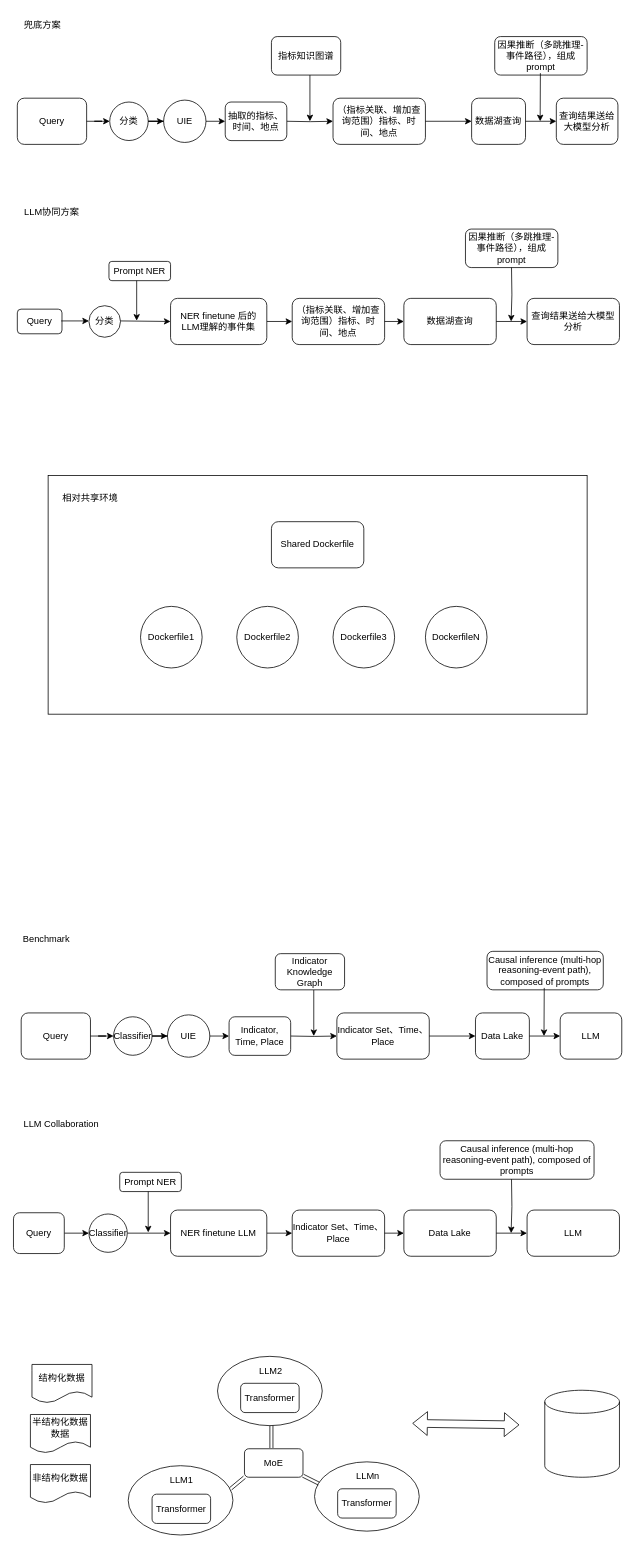
HanYang1385/Master-Thesis keeps this draw.io diagram as 未命名绘图.drawio. Above is the earlier version. Source tidied: cells renumbered, new cells numbered last; positions are measured from the earlier drawing's top-left corner, leaving out a move shared by most shapes. Both pictures are drawn from the tidied source at 77%, with x=0, y=0 at pixel (13, 13).
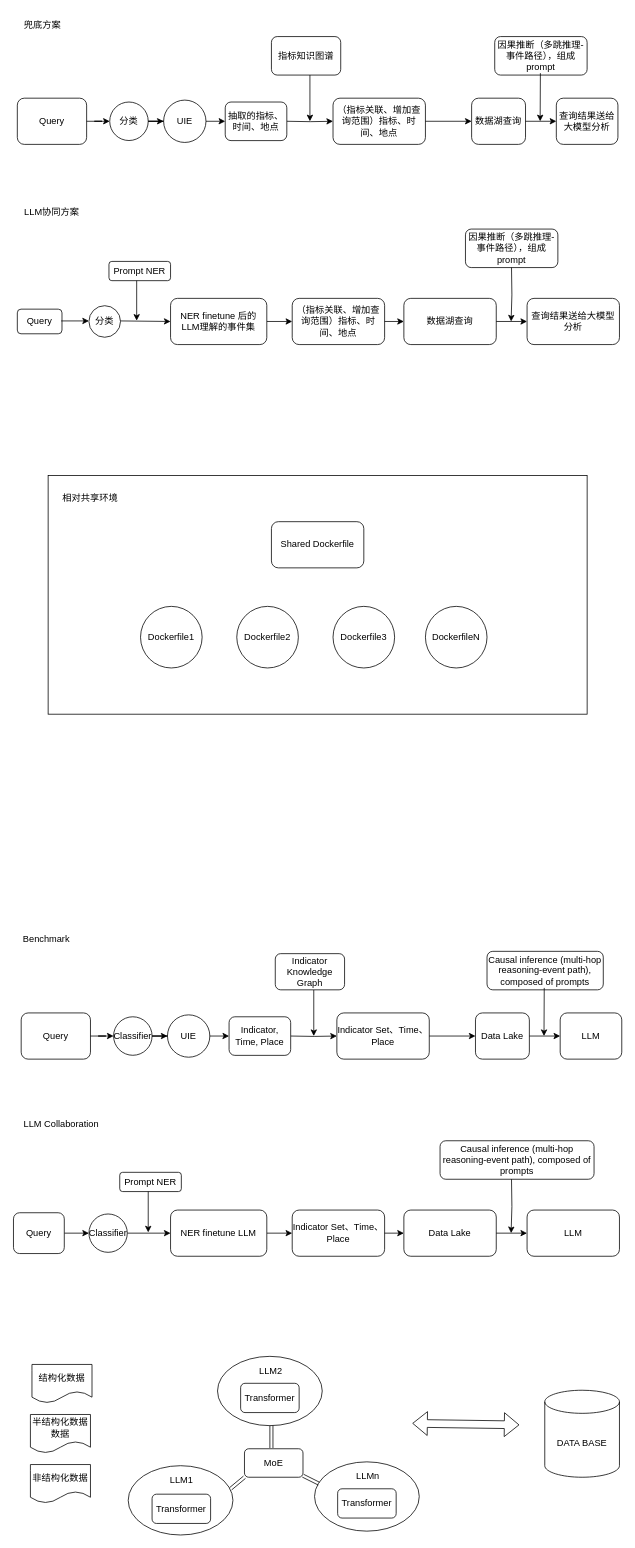
After the change.

Diff of the diagram source:
```diff
@@
-    <mxCell id="82" style="shape=cylinder3;whiteSpace=wrap;html=1;boundedLbl=1;backgroundOutline=1;size=15;" parent="1" vertex="1">
+    <mxCell id="82" value="DATA BASE" style="shape=cylinder3;whiteSpace=wrap;html=1;boundedLbl=1;backgroundOutline=1;size=15;" parent="1" vertex="1">
       <mxGeometry x="690" y="1788" width="97" height="113" as="geometry" />
     </mxCell>
```
